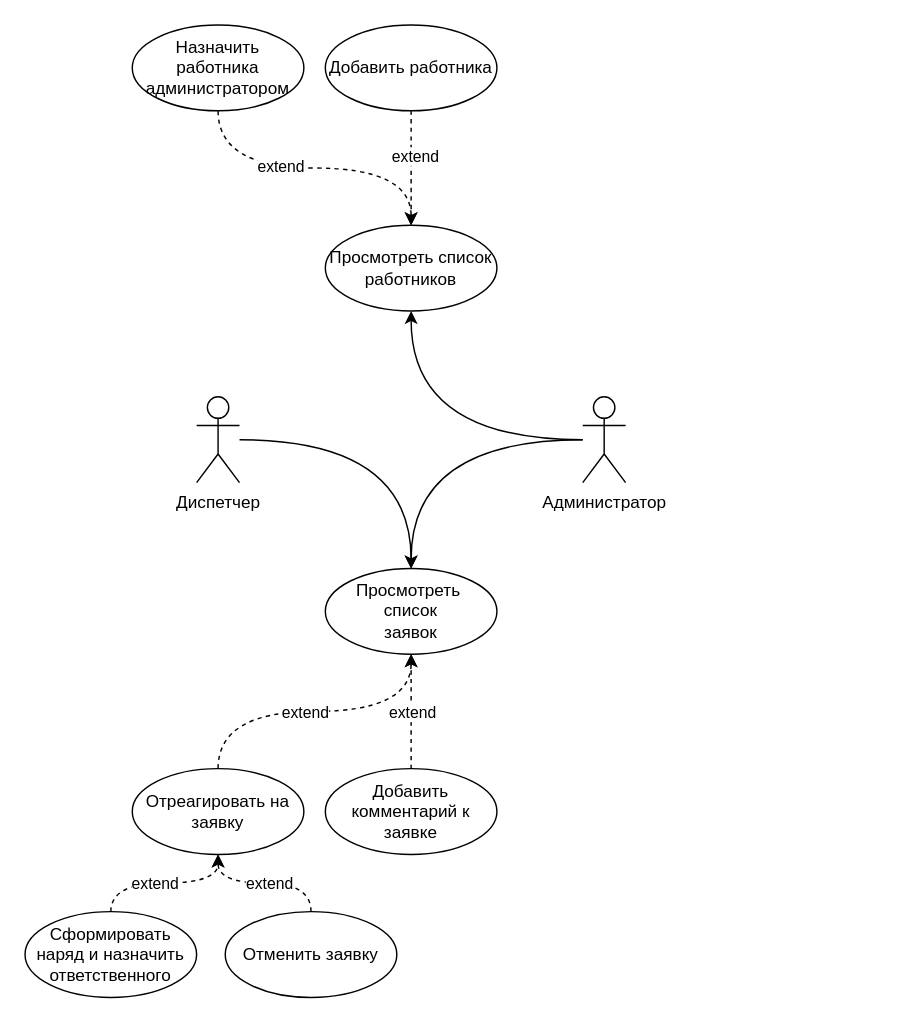
This is usecase.drawio from iamquoz/essen, a draw.io file, before an edit. Source tidied: cells renumbered, new cells numbered last; positions are measured from the earlier drawing's top-left corner, leaving out a move shared by most shapes. Both pictures are drawn from the tidied source at 143%, with x=0, y=0 at pixel (24, 24).
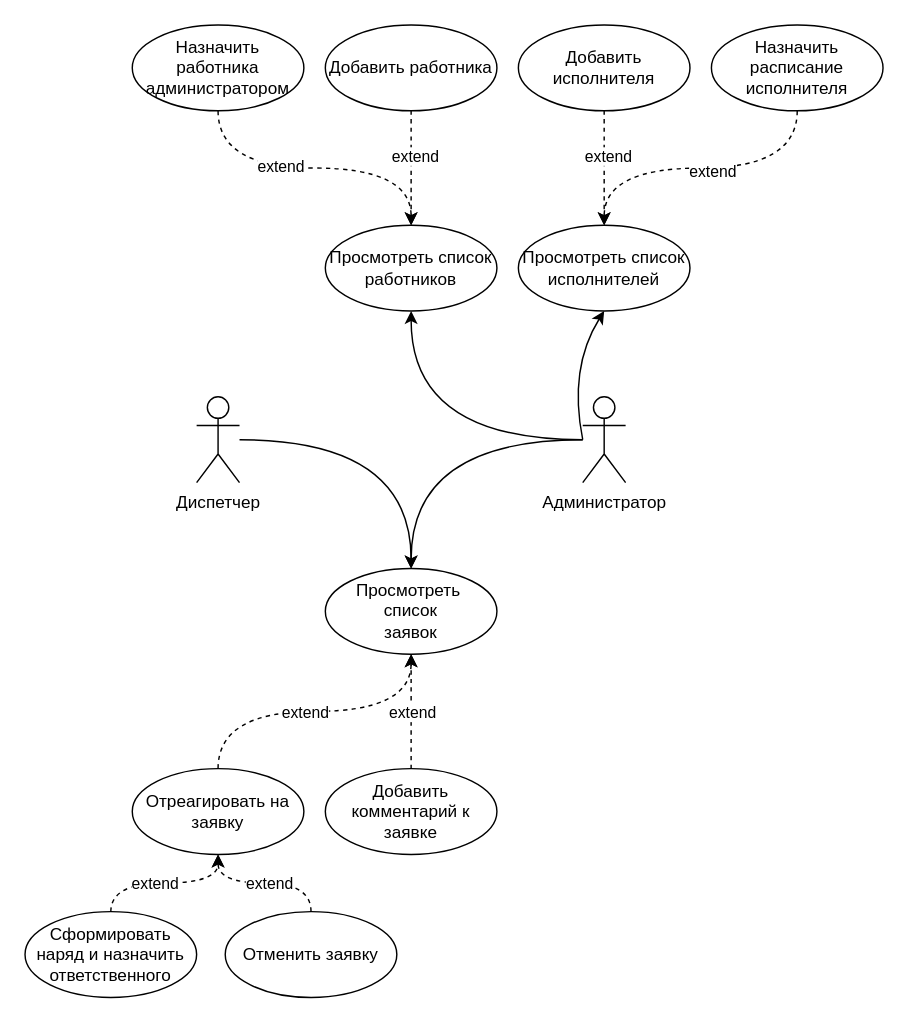
The same page after the edit.

Diff of the diagram source:
```diff
@@
+    <mxCell id="27" value="Просмотреть список исполнителей" style="ellipse;whiteSpace=wrap;html=1;verticalAlign=middle;" parent="1" vertex="1">
+      <mxGeometry x="345" y="140" width="120" height="60" as="geometry" />
+    </mxCell>
+    <mxCell id="28" style="curved=1;endArrow=classic;html=1;rounded=0;entryX=0.5;entryY=1;entryDx=0;entryDy=0;" parent="1" edge="1" target="27">
+      <mxGeometry relative="1" as="geometry">
+        <mxPoint x="390" y="290" as="sourcePoint" />
+        <Array as="points">
+          <mxPoint x="380" y="240" />
+        </Array>
+      </mxGeometry>
+    </mxCell>
+    <mxCell id="29" style="edgeStyle=orthogonalEdgeStyle;curved=1;jettySize=auto;html=1;dashed=1;entryX=0.5;entryY=0;entryDx=0;entryDy=0;" parent="1" edge="1" source="31" target="27">
+      <mxGeometry relative="1" as="geometry" />
+    </mxCell>
+    <mxCell id="30" value="extend" style="edgeLabel;html=1;align=center;verticalAlign=middle;" parent="29" vertex="1">
+      <mxGeometry x="-0.23" y="2" relative="1" as="geometry" />
+    </mxCell>
+    <mxCell id="31" value="Добавить исполнителя" style="ellipse;whiteSpace=wrap;html=1;verticalAlign=middle;" parent="1" vertex="1">
+      <mxGeometry x="345" width="120" height="60" as="geometry" />
+    </mxCell>
+    <mxCell id="32" value="Назначить расписание исполнителя" style="ellipse;whiteSpace=wrap;html=1;verticalAlign=middle;" parent="1" vertex="1">
+      <mxGeometry x="480" width="120" height="60" as="geometry" />
+    </mxCell>
+    <mxCell id="33" style="edgeStyle=orthogonalEdgeStyle;curved=1;jettySize=auto;html=1;dashed=1;exitX=0.5;exitY=1;exitDx=0;exitDy=0;entryX=0.5;entryY=0;entryDx=0;entryDy=0;" parent="1" edge="1" source="32" target="27">
+      <mxGeometry relative="1" as="geometry" />
+    </mxCell>
+    <mxCell id="34" value="extend" style="edgeLabel;html=1;align=center;verticalAlign=middle;" parent="33" vertex="1">
+      <mxGeometry x="-0.23" y="2" relative="1" as="geometry">
+        <mxPoint x="-17" as="offset" />
+      </mxGeometry>
+    </mxCell>
```
